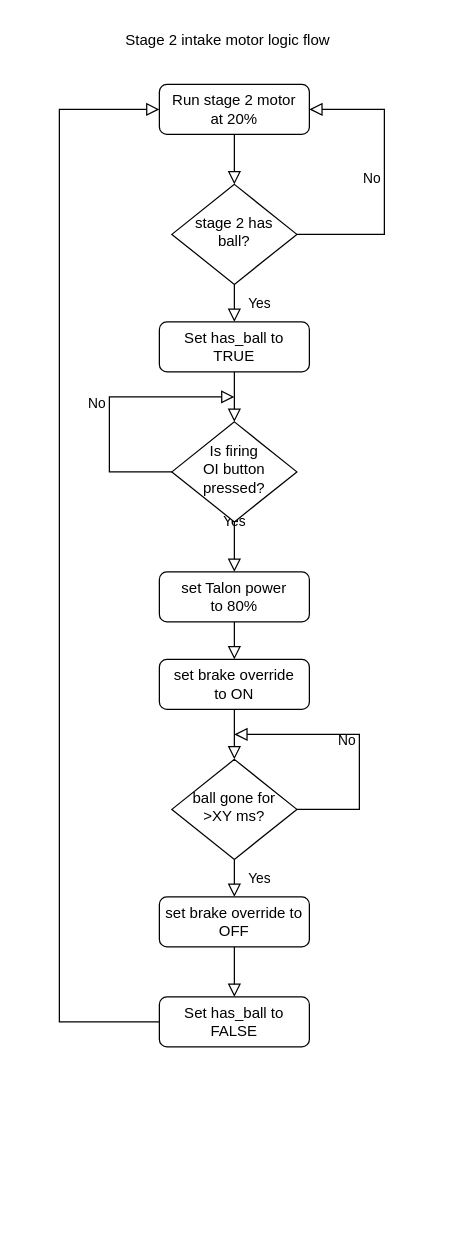
This is diagrams/stage 2 intake motor control.drawio from FRC-2928/VikingRobot2022, a draw.io file, before an edit. Source tidied: cells renumbered, new cells numbered last; positions are measured from the earlier drawing's top-left corner, leaving out a move shared by most shapes. Both pictures are drawn from the tidied source at 125%, with x=0, y=0 at pixel (21, 21).
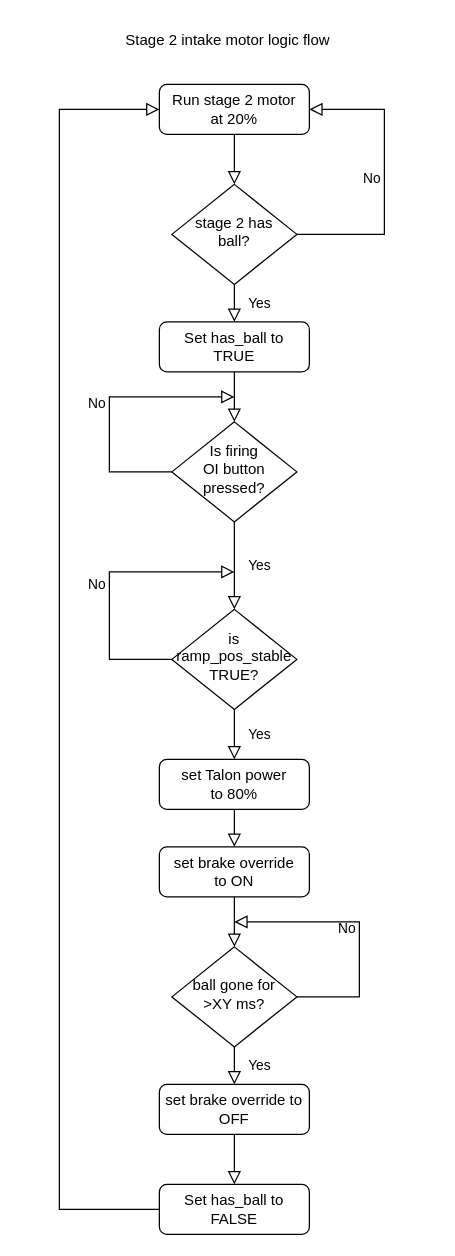
The same diagram, later.

Commit message:
Added use of ramp_pos_stable.

The change refers to these unchanged cells:
```xml
<mxCell id="3" value="&lt;div&gt;Run stage 2 motor&lt;/div&gt;&lt;div&gt;at 20%&lt;br&gt;&lt;/div&gt;" style="rounded=1;whiteSpace=wrap;html=1;fontSize=12;glass=0;strokeWidth=1;shadow=0;" parent="1" vertex="1">
  <mxGeometry x="110" y="50" width="120" height="40" as="geometry" />
</mxCell>
<mxCell id="6" value="&lt;div&gt;Is firing &lt;br&gt;&lt;/div&gt;&lt;div&gt;OI button&lt;/div&gt;&lt;div&gt;pressed?&lt;br&gt;&lt;/div&gt;" style="rhombus;whiteSpace=wrap;html=1;shadow=0;fontFamily=Helvetica;fontSize=12;align=center;strokeWidth=1;spacing=6;spacingTop=-4;" parent="1" vertex="1">
  <mxGeometry x="120" y="320" width="100" height="80" as="geometry" />
</mxCell>
```

Diff of the diagram source:
```diff
@@
-    <mxCell id="4" value="Yes" style="rounded=0;html=1;jettySize=auto;fontSize=11;endArrow=block;endFill=0;endSize=8;strokeWidth=1;shadow=0;labelBackgroundColor=none;edgeStyle=orthogonalEdgeStyle;" parent="1" edge="1" source="6">
-      <mxGeometry y="20" relative="1" as="geometry">
-        <mxPoint x="170" y="440" as="targetPoint" />
-      </mxGeometry>
+    <mxCell id="4" value="Yes" style="rounded=0;html=1;jettySize=auto;fontSize=11;endArrow=block;endFill=0;endSize=8;strokeWidth=1;shadow=0;labelBackgroundColor=none;edgeStyle=orthogonalEdgeStyle;entryX=0.5;entryY=0;entryDx=0;entryDy=0;" parent="1" edge="1" source="6" target="24">
+      <mxGeometry y="20" relative="1" as="geometry" />
     </mxCell>
@@
     <mxCell id="8" value="&lt;div&gt;set Talon power&lt;/div&gt;&lt;div&gt;to 80%&lt;br&gt;&lt;/div&gt;" style="rounded=1;whiteSpace=wrap;html=1;fontSize=12;glass=0;strokeWidth=1;shadow=0;" parent="1" vertex="1">
-      <mxGeometry x="110" y="440" width="120" height="40" as="geometry" />
+      <mxGeometry x="110" y="590" width="120" height="40" as="geometry" />
     </mxCell>
     <mxCell id="9" value="&lt;div&gt;set brake override&lt;/div&gt;&lt;div&gt;to ON&lt;br&gt;&lt;/div&gt;" style="rounded=1;whiteSpace=wrap;html=1;fontSize=12;glass=0;strokeWidth=1;shadow=0;" parent="1" vertex="1">
-      <mxGeometry x="110" y="510" width="120" height="40" as="geometry" />
+      <mxGeometry x="110" y="660" width="120" height="40" as="geometry" />
     </mxCell>
@@
     <mxCell id="11" value="&lt;div&gt;ball gone for&lt;/div&gt;&lt;div&gt;&amp;gt;XY ms?&lt;br&gt;&lt;/div&gt;" style="rhombus;whiteSpace=wrap;html=1;shadow=0;fontFamily=Helvetica;fontSize=12;align=center;strokeWidth=1;spacing=6;spacingTop=-4;" parent="1" vertex="1">
-      <mxGeometry x="120" y="590" width="100" height="80" as="geometry" />
+      <mxGeometry x="120" y="740" width="100" height="80" as="geometry" />
     </mxCell>
@@
     <mxCell id="13" value="No" style="edgeStyle=orthogonalEdgeStyle;rounded=0;html=1;jettySize=auto;fontSize=11;endArrow=block;endFill=0;endSize=8;strokeWidth=1;shadow=0;labelBackgroundColor=none;exitX=1;exitY=0.5;exitDx=0;exitDy=0;" parent="1" edge="1" source="11">
       <mxGeometry y="10" relative="1" as="geometry">
-        <mxPoint x="170" y="570" as="targetPoint" />
+        <mxPoint x="170" y="720" as="targetPoint" />
         <Array as="points">
-          <mxPoint x="270" y="630" />
-          <mxPoint x="270" y="570" />
+          <mxPoint x="270" y="780" />
+          <mxPoint x="270" y="720" />
         </Array>
       </mxGeometry>
     </mxCell>
@@
     <mxCell id="17" value="&lt;div&gt;set brake override to&lt;/div&gt;&lt;div&gt;OFF&lt;/div&gt;" style="rounded=1;whiteSpace=wrap;html=1;fontSize=12;glass=0;strokeWidth=1;shadow=0;" parent="1" vertex="1">
-      <mxGeometry x="110" y="700" width="120" height="40" as="geometry" />
+      <mxGeometry x="110" y="850" width="120" height="40" as="geometry" />
     </mxCell>
@@
     <mxCell id="19" style="endArrow=block;html=1;rounded=0;exitX=0;exitY=0.5;exitDx=0;exitDy=0;endFill=0;endSize=8;entryX=0;entryY=0.5;entryDx=0;entryDy=0;" parent="1" edge="1" source="20" target="3">
       <mxGeometry relative="1" as="geometry">
         <Array as="points">
-          <mxPoint x="30" y="800" />
+          <mxPoint x="30" y="950" />
           <mxPoint x="30" y="350" />
           <mxPoint x="30" y="70" />
         </Array>
       </mxGeometry>
     </mxCell>
     <mxCell id="20" value="Set has_ball to FALSE" style="rounded=1;whiteSpace=wrap;html=1;fontSize=12;glass=0;strokeWidth=1;shadow=0;" parent="1" vertex="1">
-      <mxGeometry x="110" y="780" width="120" height="40" as="geometry" />
+      <mxGeometry x="110" y="930" width="120" height="40" as="geometry" />
     </mxCell>
@@
+    <mxCell id="24" value="&lt;div&gt;is&lt;/div&gt;&lt;div&gt;ramp_pos_stable&lt;/div&gt;&lt;div&gt;TRUE?&lt;br&gt;&lt;/div&gt;" style="rhombus;whiteSpace=wrap;html=1;shadow=0;fontFamily=Helvetica;fontSize=12;align=center;strokeWidth=1;spacing=6;spacingTop=-4;" parent="1" vertex="1">
+      <mxGeometry x="120" y="470" width="100" height="80" as="geometry" />
+    </mxCell>
+    <mxCell id="25" value="Yes" style="rounded=0;html=1;jettySize=auto;fontSize=11;endArrow=block;endFill=0;endSize=8;strokeWidth=1;shadow=0;labelBackgroundColor=none;edgeStyle=orthogonalEdgeStyle;entryX=0.5;entryY=0;entryDx=0;entryDy=0;exitX=0.5;exitY=1;exitDx=0;exitDy=0;" parent="1" edge="1" source="24" target="8">
+      <mxGeometry y="20" relative="1" as="geometry" />
+    </mxCell>
+    <mxCell id="26" value="No" style="edgeStyle=orthogonalEdgeStyle;rounded=0;html=1;jettySize=auto;fontSize=11;endArrow=block;endFill=0;endSize=8;strokeWidth=1;shadow=0;labelBackgroundColor=none;exitX=0;exitY=0.5;exitDx=0;exitDy=0;" parent="1" edge="1" source="24">
+      <mxGeometry y="10" relative="1" as="geometry">
+        <mxPoint x="170" y="440" as="targetPoint" />
+        <Array as="points">
+          <mxPoint x="70" y="510" />
+          <mxPoint x="70" y="440" />
+        </Array>
+      </mxGeometry>
+    </mxCell>
```
